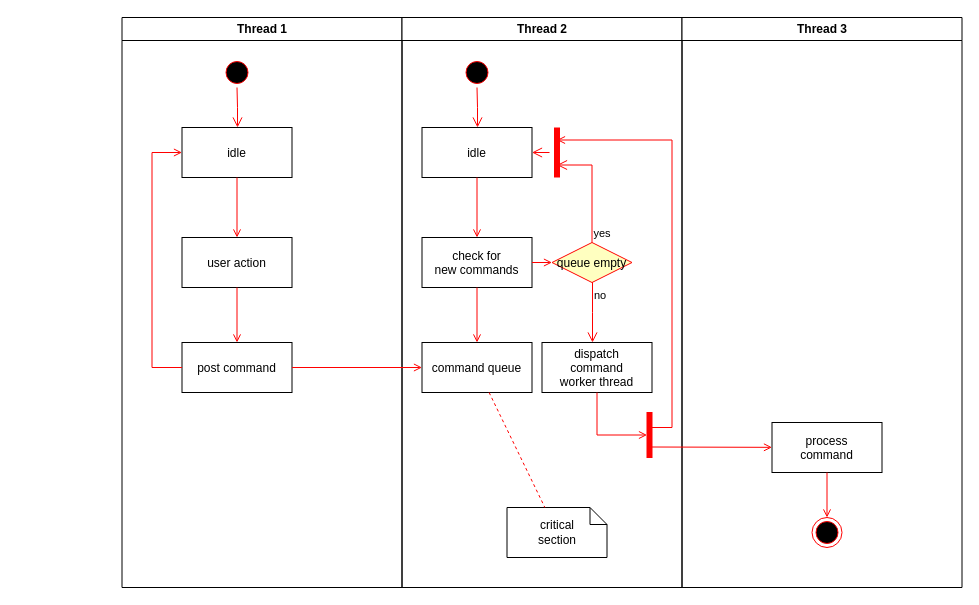
The draw.io diagram JWT获取业务流程图.drawio in peiyusi/SportsGradeDraw.io, before the edit. Source tidied: cells renumbered, new cells numbered last; positions are measured from the earlier drawing's top-left corner, leaving out a move shared by most shapes. Both pictures are drawn from the tidied source at 100%, with x=0, y=0 at pixel (121, 17).
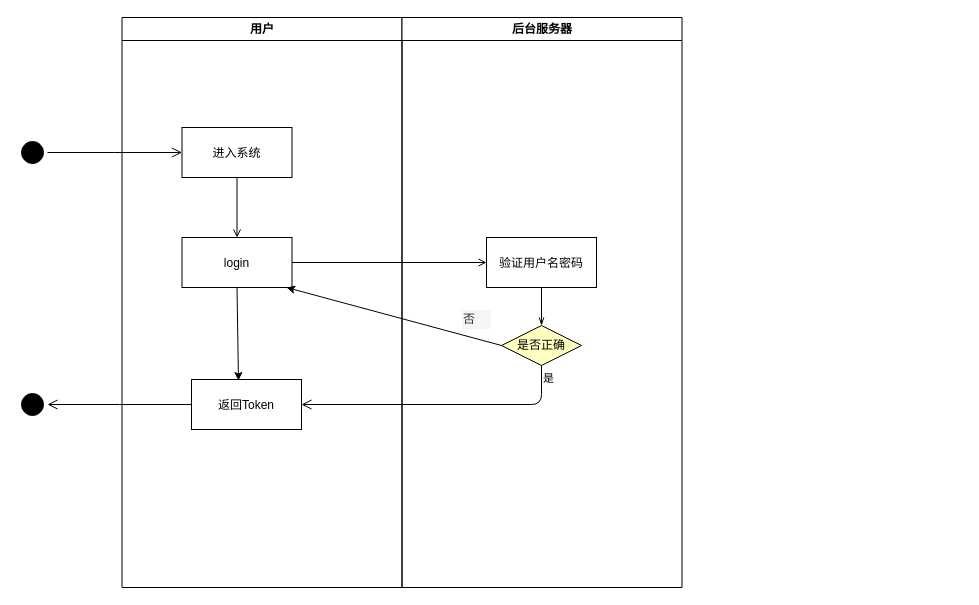
After the change.

Commit message:
更新JWT获取业务流程图.drawio

What changed in the source:
```diff
@@
-    <mxCell id="2" value="Thread 1" style="swimlane;whiteSpace=wrap;" parent="1" vertex="1">
+    <mxCell id="2" value="用户" style="swimlane;whiteSpace=wrap;" parent="1" vertex="1">
       <mxGeometry x="0.5" width="280" height="570" as="geometry" />
     </mxCell>
-    <mxCell id="3" style="ellipse;shape=startState;fillColor=#000000;strokeColor=#ff0000;" parent="2" vertex="1">
-      <mxGeometry x="100" y="40" width="30" height="30" as="geometry" />
-    </mxCell>
-    <mxCell id="4" style="edgeStyle=elbowEdgeStyle;elbow=horizontal;verticalAlign=bottom;endArrow=open;endSize=8;strokeColor=#FF0000;endFill=1;rounded=0;" parent="2" edge="1" source="3" target="5">
-      <mxGeometry x="100" y="40" as="geometry" />
-    </mxCell>
-    <mxCell id="5" value="idle" parent="2" vertex="1">
+    <mxCell id="5" value="进入系统" style="strokeColor=#000000;" parent="2" vertex="1">
       <mxGeometry x="60" y="110" width="110" height="50" as="geometry" />
     </mxCell>
-    <mxCell id="6" value="user action" parent="2" vertex="1">
+    <mxCell id="6" value="login" style="strokeColor=#000000;" parent="2" vertex="1">
       <mxGeometry x="60" y="220" width="110" height="50" as="geometry" />
     </mxCell>
-    <mxCell id="7" style="endArrow=open;strokeColor=#FF0000;endFill=1;rounded=0;" parent="2" edge="1" source="5" target="6">
+    <mxCell id="7" style="endArrow=open;strokeColor=#000000;endFill=1;rounded=0;" parent="2" edge="1" source="5" target="6">
       <mxGeometry relative="1" as="geometry" />
     </mxCell>
-    <mxCell id="8" value="post command" parent="2" vertex="1">
-      <mxGeometry x="60" y="325" width="110" height="50" as="geometry" />
-    </mxCell>
+    <mxCell id="17" value="返回Token" style="strokeColor=#000000;" parent="2" vertex="1">
+      <mxGeometry x="69.5" y="362" width="110" height="50" as="geometry" />
+    </mxCell>
+    <mxCell id="37" style="endArrow=classic;html=1;exitX=0.5;exitY=1;exitDx=0;exitDy=0;entryX=0.427;entryY=0.02;entryDx=0;entryDy=0;entryPerimeter=0;strokeColor=#000000;" parent="2" edge="1" source="6" target="17">
+      <mxGeometry relative="1" as="geometry" />
+    </mxCell>
+    <mxCell id="11" value="后台服务器" style="swimlane;whiteSpace=wrap;" parent="1" vertex="1">
+      <mxGeometry x="280.5" width="280" height="570" as="geometry" />
+    </mxCell>
+    <mxCell id="15" value="验证用户名密码" style="strokeColor=#000000;" parent="11" vertex="1">
+      <mxGeometry x="84.5" y="220" width="110" height="50" as="geometry" />
+    </mxCell>
+    <mxCell id="38" value="是否正确" style="rhombus;whiteSpace=wrap;html=1;fillColor=#ffffc0;strokeColor=#000000;" parent="11" vertex="1">
+      <mxGeometry x="99.5" y="308" width="80" height="40" as="geometry" />
+    </mxCell>
+    <mxCell id="39" style="endArrow=openThin;html=1;entryX=0.5;entryY=0;entryDx=0;entryDy=0;endFill=0;strokeColor=#000000;" parent="11" edge="1" source="15" target="38">
+      <mxGeometry relative="1" as="geometry" />
+    </mxCell>
+    <mxCell id="3" style="ellipse;shape=startState;fillColor=#000000;strokeColor=#000000;" parent="1" vertex="1">
+      <mxGeometry x="-104" y="120" width="30" height="30" as="geometry" />
+    </mxCell>
+    <mxCell id="4" style="edgeStyle=elbowEdgeStyle;elbow=horizontal;verticalAlign=bottom;endArrow=open;endSize=8;strokeColor=#000000;endFill=1;rounded=0;" parent="1" edge="1" source="3" target="5">
+      <mxGeometry x="264.5" y="168" as="geometry" />
+    </mxCell>
-    <mxCell id="9" style="endArrow=open;strokeColor=#FF0000;endFill=1;rounded=0;" parent="2" edge="1" source="6" target="8">
+    <mxCell id="9" style="endArrow=open;strokeColor=#000000;endFill=1;rounded=0;" parent="1" edge="1" source="6" target="15">
       <mxGeometry relative="1" as="geometry" />
     </mxCell>
-    <mxCell id="10" style="edgeStyle=elbowEdgeStyle;elbow=horizontal;strokeColor=#FF0000;endArrow=open;endFill=1;rounded=0;" parent="2" edge="1" source="8" target="5">
-      <mxGeometry relative="1" as="geometry">
-        <Array as="points">
-          <mxPoint x="30" y="250" />
-        </Array>
-      </mxGeometry>
-    </mxCell>
-    <mxCell id="11" value="Thread 2" style="swimlane;whiteSpace=wrap;" parent="1" vertex="1">
-      <mxGeometry x="280.5" width="280" height="570" as="geometry" />
-    </mxCell>
-    <mxCell id="12" style="ellipse;shape=startState;fillColor=#000000;strokeColor=#ff0000;" parent="11" vertex="1">
-      <mxGeometry x="60" y="40" width="30" height="30" as="geometry" />
-    </mxCell>
-    <mxCell id="13" style="edgeStyle=elbowEdgeStyle;elbow=horizontal;verticalAlign=bottom;endArrow=open;endSize=8;strokeColor=#FF0000;endFill=1;rounded=0;" parent="11" edge="1" source="12" target="14">
-      <mxGeometry x="40" y="20" as="geometry" />
-    </mxCell>
-    <mxCell id="14" value="idle" parent="11" vertex="1">
-      <mxGeometry x="20" y="110" width="110" height="50" as="geometry" />
-    </mxCell>
-    <mxCell id="15" value="check for &#10;new commands" parent="11" vertex="1">
-      <mxGeometry x="20" y="220" width="110" height="50" as="geometry" />
-    </mxCell>
-    <mxCell id="16" style="endArrow=open;strokeColor=#FF0000;endFill=1;rounded=0;" parent="11" edge="1" source="14" target="15">
-      <mxGeometry relative="1" as="geometry" />
-    </mxCell>
-    <mxCell id="17" value="command queue" parent="11" vertex="1">
-      <mxGeometry x="20" y="325" width="110" height="50" as="geometry" />
-    </mxCell>
-    <mxCell id="18" style="endArrow=open;strokeColor=#FF0000;endFill=1;rounded=0;" parent="11" edge="1" source="15" target="17">
-      <mxGeometry relative="1" as="geometry" />
-    </mxCell>
-    <mxCell id="19" value="queue empty" style="rhombus;fillColor=#ffffc0;strokeColor=#ff0000;" parent="11" vertex="1">
-      <mxGeometry x="150" y="225" width="80" height="40" as="geometry" />
-    </mxCell>
-    <mxCell id="20" value="yes" style="edgeStyle=elbowEdgeStyle;elbow=horizontal;align=left;verticalAlign=bottom;endArrow=open;endSize=8;strokeColor=#FF0000;exitX=0.5;exitY=0;endFill=1;rounded=0;entryX=0.75;entryY=0.5;entryPerimeter=0;" parent="11" edge="1" source="19" target="23">
-      <mxGeometry x="-1" relative="1" as="geometry">
-        <Array as="points">
-          <mxPoint x="190" y="180" />
-        </Array>
-      </mxGeometry>
-    </mxCell>
-    <mxCell id="21" value="no" style="edgeStyle=elbowEdgeStyle;elbow=horizontal;align=left;verticalAlign=top;endArrow=open;endSize=8;strokeColor=#FF0000;endFill=1;rounded=0;" parent="11" edge="1" source="19" target="25">
-      <mxGeometry x="-1" relative="1" as="geometry" />
-    </mxCell>
-    <mxCell id="22" style="endArrow=open;strokeColor=#FF0000;endFill=1;rounded=0;" parent="11" edge="1" source="15" target="19">
-      <mxGeometry relative="1" as="geometry" />
-    </mxCell>
-    <mxCell id="23" style="shape=line;strokeWidth=6;strokeColor=#ff0000;rotation=90;" parent="11" vertex="1">
-      <mxGeometry x="130" y="127.5" width="50" height="15" as="geometry" />
-    </mxCell>
-    <mxCell id="24" style="edgeStyle=elbowEdgeStyle;elbow=horizontal;verticalAlign=bottom;endArrow=open;endSize=8;strokeColor=#FF0000;endFill=1;rounded=0;" parent="11" edge="1" source="23" target="14">
-      <mxGeometry x="130" y="90" as="geometry" />
-    </mxCell>
-    <mxCell id="25" value="dispatch&#10;command&#10;worker thread" parent="11" vertex="1">
-      <mxGeometry x="140" y="325" width="110" height="50" as="geometry" />
-    </mxCell>
-    <mxCell id="26" value="critical&#10;section" style="shape=note;whiteSpace=wrap;size=17;" parent="11" vertex="1">
-      <mxGeometry x="105" y="490" width="100" height="50" as="geometry" />
-    </mxCell>
-    <mxCell id="27" style="endArrow=none;strokeColor=#FF0000;endFill=0;rounded=0;dashed=1;" parent="11" edge="1" source="17" target="26">
-      <mxGeometry relative="1" as="geometry" />
-    </mxCell>
-    <mxCell id="28" style="whiteSpace=wrap;strokeColor=#FF0000;fillColor=#FF0000;" parent="11" vertex="1">
-      <mxGeometry x="245" y="395" width="5" height="45" as="geometry" />
-    </mxCell>
-    <mxCell id="29" style="edgeStyle=elbowEdgeStyle;elbow=horizontal;entryX=0;entryY=0.5;strokeColor=#FF0000;endArrow=open;endFill=1;rounded=0;" parent="11" edge="1" source="25" target="28">
-      <mxGeometry relative="1" as="geometry">
-        <Array as="points">
-          <mxPoint x="195" y="400" />
-        </Array>
-      </mxGeometry>
-    </mxCell>
-    <mxCell id="30" value="Thread 3" style="swimlane;whiteSpace=wrap;" parent="1" vertex="1">
-      <mxGeometry x="560.5" width="280" height="570" as="geometry" />
-    </mxCell>
-    <mxCell id="31" value="process&#10;command" parent="30" vertex="1">
-      <mxGeometry x="90" y="405" width="110" height="50" as="geometry" />
-    </mxCell>
-    <mxCell id="32" style="edgeStyle=elbowEdgeStyle;elbow=horizontal;strokeColor=#FF0000;endArrow=open;endFill=1;rounded=0;entryX=0.25;entryY=0.5;entryPerimeter=0;" parent="30" edge="1" target="23">
-      <mxGeometry relative="1" as="geometry">
-        <mxPoint x="-30" y="410" as="sourcePoint" />
-        <Array as="points">
-          <mxPoint x="-10" y="135" />
-        </Array>
-      </mxGeometry>
-    </mxCell>
-    <mxCell id="33" style="edgeStyle=none;strokeColor=#FF0000;endArrow=open;endFill=1;rounded=0;" parent="30" edge="1" target="31">
-      <mxGeometry relative="1" as="geometry">
-        <mxPoint x="-30" y="429.5" as="sourcePoint" />
-      </mxGeometry>
-    </mxCell>
-    <mxCell id="34" style="ellipse;shape=endState;fillColor=#000000;strokeColor=#ff0000;" parent="30" vertex="1">
-      <mxGeometry x="130" y="500" width="30" height="30" as="geometry" />
-    </mxCell>
-    <mxCell id="35" style="endArrow=open;strokeColor=#FF0000;endFill=1;rounded=0;" parent="30" edge="1" source="31" target="34">
-      <mxGeometry relative="1" as="geometry" />
-    </mxCell>
-    <mxCell id="36" style="endArrow=open;strokeColor=#FF0000;endFill=1;rounded=0;" parent="1" edge="1" source="8" target="17">
-      <mxGeometry relative="1" as="geometry" />
-    </mxCell>
+    <mxCell id="40" value="是" style="html=1;align=left;verticalAlign=top;endArrow=open;endSize=8;strokeColor=#000000;entryX=1;entryY=0.5;entryDx=0;entryDy=0;" parent="1" edge="1" source="38" target="17">
+      <mxGeometry x="-1" relative="1" as="geometry">
+        <Array as="points">
+          <mxPoint x="420" y="387" />
+        </Array>
+      </mxGeometry>
+    </mxCell>
+    <mxCell id="41" style="endArrow=classic;html=1;exitX=0;exitY=0.5;exitDx=0;exitDy=0;entryX=0.95;entryY=1;entryDx=0;entryDy=0;entryPerimeter=0;strokeColor=#000000;" parent="1" edge="1" source="38" target="6">
+      <mxGeometry relative="1" as="geometry" />
+    </mxCell>
+    <mxCell id="42" value="否" style="text;html=1;align=left;verticalAlign=top;spacingTop=-4;strokeColor=#FFFFFF;fillColor=#f5f5f5;fontColor=#333333;" parent="1" vertex="1">
+      <mxGeometry x="340" y="292" width="30" height="20" as="geometry" />
+    </mxCell>
+    <mxCell id="43" style="ellipse;shape=startState;fillColor=#000000;strokeColor=#000000;" parent="1" vertex="1">
+      <mxGeometry x="-104" y="372" width="30" height="30" as="geometry" />
+    </mxCell>
+    <mxCell id="44" style="edgeStyle=elbowEdgeStyle;elbow=horizontal;verticalAlign=bottom;endArrow=open;endSize=8;strokeColor=#000000;endFill=1;rounded=0;exitX=0;exitY=0.5;exitDx=0;exitDy=0;" parent="1" edge="1" source="17" target="43">
+      <mxGeometry x="274.5" y="178" as="geometry" />
+    </mxCell>
```
